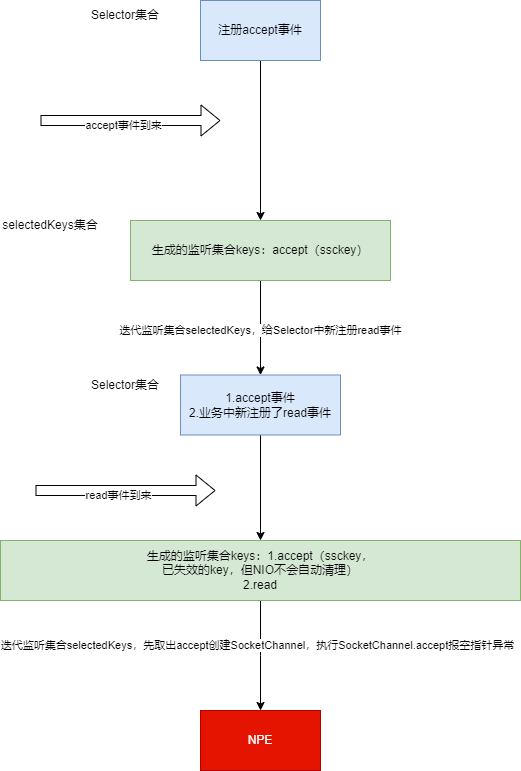
lyflexi/draw.io-online keeps this draw.io diagram as NIO处理accept事件.drawio.png. Above is the earlier version. Source tidied: cells renumbered, new cells last; positions are measured from the earlier drawing's top-left corner, leaving out a move shared by most shapes.
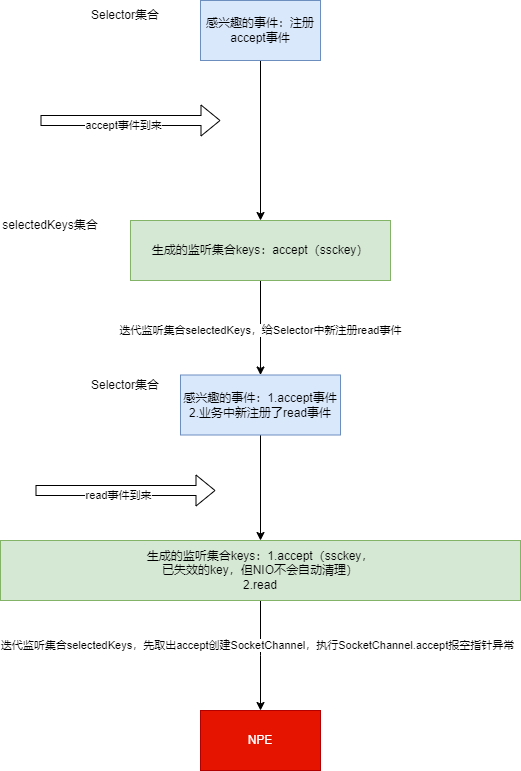
Above is the later version.

Commit message:
更新NIO处理accept事件.drawio.png

Change to the diagram source:
```diff
@@ -5,7 +5,7 @@
     <mxCell id="2" style="edgeStyle=orthogonalEdgeStyle;rounded=0;jettySize=auto;html=1;" parent="1" edge="1" source="3" target="7">
       <mxGeometry relative="1" as="geometry" />
     </mxCell>
-    <mxCell id="3" value="注册accept事件" style="rounded=0;whiteSpace=wrap;html=1;fillColor=#dae8fc;strokeColor=#6c8ebf;" parent="1" vertex="1">
+    <mxCell id="3" value="感兴趣的事件：注册accept事件" style="rounded=0;whiteSpace=wrap;html=1;fillColor=#dae8fc;strokeColor=#6c8ebf;" parent="1" vertex="1">
       <mxGeometry x="200" width="120" height="60" as="geometry" />
     </mxCell>
     <mxCell id="4" value="Selector集合" style="text;html=1;strokeColor=none;fillColor=none;align=center;verticalAlign=middle;whiteSpace=wrap;rounded=0;" parent="1" vertex="1">
@@ -46,7 +46,7 @@
     <mxCell id="14" style="edgeStyle=orthogonalEdgeStyle;rounded=0;jettySize=auto;html=1;" parent="1" edge="1" source="15" target="11">
       <mxGeometry relative="1" as="geometry" />
     </mxCell>
-    <mxCell id="15" value="1.accept事件&lt;br&gt;2.业务中新注册了read事件" style="rounded=0;whiteSpace=wrap;html=1;fillColor=#dae8fc;strokeColor=#6c8ebf;" parent="1" vertex="1">
+    <mxCell id="15" value="感兴趣的事件：1.accept事件&lt;br&gt;2.业务中新注册了read事件" style="rounded=0;whiteSpace=wrap;html=1;fillColor=#dae8fc;strokeColor=#6c8ebf;" parent="1" vertex="1">
       <mxGeometry x="180" y="374.5" width="160" height="60" as="geometry" />
     </mxCell>
     <mxCell id="16" value="Selector集合" style="text;html=1;strokeColor=none;fillColor=none;align=center;verticalAlign=middle;whiteSpace=wrap;rounded=0;" parent="1" vertex="1">
```
